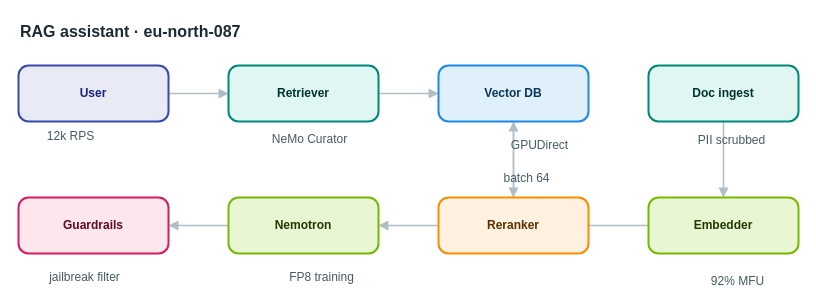
The draw.io diagram apps/web/public/samples/library/087-rag-assistant.drawio in AryanG01/open-apprentice, before the edit. Source tidied: cells renumbered, new cells numbered last; positions are measured from the earlier drawing's top-left corner, leaving out a move shared by most shapes. Both pictures are drawn from the tidied source at 100%, with x=0, y=0 at pixel (18, 17).
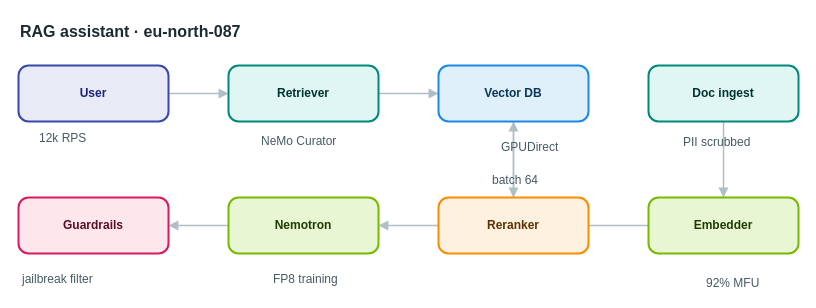
Above is the later version.

What changed in the source:
```diff
@@
-    <mxCell id="18" value="12k RPS" style="text;html=1;align=center;verticalAlign=middle;whiteSpace=nowrap;strokeColor=none;fillColor=none;fontSize=12;fontColor=#455a64;" parent="1" vertex="1">
+    <mxCell id="18" value="12k RPS" style="text;html=1;align=left;verticalAlign=top;whiteSpace=nowrap;spacing=0;spacingTop=0;strokeColor=none;fillColor=none;fontSize=12;fontColor=#455a64;" parent="1" vertex="1">
       <mxGeometry x="21" y="109" width="61" height="20" as="geometry" />
     </mxCell>
-    <mxCell id="19" value="NeMo Curator" style="text;html=1;align=center;verticalAlign=middle;whiteSpace=nowrap;strokeColor=none;fillColor=none;fontSize=12;fontColor=#455a64;" parent="1" vertex="1">
+    <mxCell id="19" value="NeMo Curator" style="text;html=1;align=left;verticalAlign=top;whiteSpace=nowrap;spacing=0;spacingTop=0;strokeColor=none;fillColor=none;fontSize=12;fontColor=#455a64;" parent="1" vertex="1">
       <mxGeometry x="243" y="112" width="96" height="20" as="geometry" />
     </mxCell>
-    <mxCell id="20" value="GPUDirect" style="text;html=1;align=center;verticalAlign=middle;whiteSpace=nowrap;strokeColor=none;fillColor=none;fontSize=12;fontColor=#455a64;" parent="1" vertex="1">
+    <mxCell id="20" value="GPUDirect" style="text;html=1;align=left;verticalAlign=top;whiteSpace=nowrap;spacing=0;spacingTop=0;strokeColor=none;fillColor=none;fontSize=12;fontColor=#455a64;" parent="1" vertex="1">
       <mxGeometry x="483" y="118" width="75" height="20" as="geometry" />
     </mxCell>
-    <mxCell id="21" value="batch 64" style="text;html=1;align=center;verticalAlign=middle;whiteSpace=nowrap;strokeColor=none;fillColor=none;fontSize=12;fontColor=#455a64;" parent="1" vertex="1">
+    <mxCell id="21" value="batch 64" style="text;html=1;align=left;verticalAlign=top;whiteSpace=nowrap;spacing=0;spacingTop=0;strokeColor=none;fillColor=none;fontSize=12;fontColor=#455a64;" parent="1" vertex="1">
       <mxGeometry x="474" y="151" width="68" height="20" as="geometry" />
     </mxCell>
-    <mxCell id="22" value="FP8 training" style="text;html=1;align=center;verticalAlign=middle;whiteSpace=nowrap;strokeColor=none;fillColor=none;fontSize=12;fontColor=#455a64;" parent="1" vertex="1">
+    <mxCell id="22" value="FP8 training" style="text;html=1;align=left;verticalAlign=top;whiteSpace=nowrap;spacing=0;spacingTop=0;strokeColor=none;fillColor=none;fontSize=12;fontColor=#455a64;" parent="1" vertex="1">
       <mxGeometry x="255" y="250" width="96" height="20" as="geometry" />
     </mxCell>
-    <mxCell id="23" value="jailbreak filter" style="text;html=1;align=center;verticalAlign=middle;whiteSpace=nowrap;strokeColor=none;fillColor=none;fontSize=12;fontColor=#455a64;" parent="1" vertex="1">
+    <mxCell id="23" value="jailbreak filter" style="text;html=1;align=left;verticalAlign=top;whiteSpace=nowrap;spacing=0;spacingTop=0;strokeColor=none;fillColor=none;fontSize=12;fontColor=#455a64;" parent="1" vertex="1">
       <mxGeometry x="4" y="250" width="124" height="20" as="geometry" />
     </mxCell>
-    <mxCell id="24" value="PII scrubbed" style="text;html=1;align=center;verticalAlign=middle;whiteSpace=nowrap;strokeColor=none;fillColor=none;fontSize=12;fontColor=#455a64;" parent="1" vertex="1">
+    <mxCell id="24" value="PII scrubbed" style="text;html=1;align=left;verticalAlign=top;whiteSpace=nowrap;spacing=0;spacingTop=0;strokeColor=none;fillColor=none;fontSize=12;fontColor=#455a64;" parent="1" vertex="1">
       <mxGeometry x="665" y="113" width="96" height="20" as="geometry" />
     </mxCell>
-    <mxCell id="25" value="92% MFU" style="text;html=1;align=center;verticalAlign=middle;whiteSpace=nowrap;strokeColor=none;fillColor=none;fontSize=12;fontColor=#455a64;" parent="1" vertex="1">
+    <mxCell id="25" value="92% MFU" style="text;html=1;align=left;verticalAlign=top;whiteSpace=nowrap;spacing=0;spacingTop=0;strokeColor=none;fillColor=none;fontSize=12;fontColor=#455a64;" parent="1" vertex="1">
       <mxGeometry x="688" y="254" width="61" height="20" as="geometry" />
     </mxCell>
```
